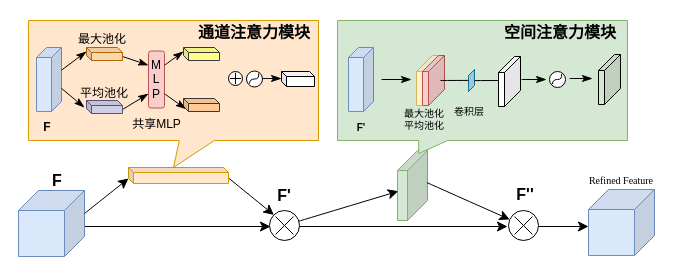
DingDongZz/typera_PicGO keeps this draw.io diagram as DrawIO_file/流程图/CBAM注意力机制.drawio. Above is the earlier version. Source tidied: cells renumbered, new cells numbered last; positions are measured from the earlier drawing's top-left corner, leaving out a move shared by most shapes. Both pictures are drawn from the tidied source at 100%, with x=0, y=0 at pixel (17, 17).
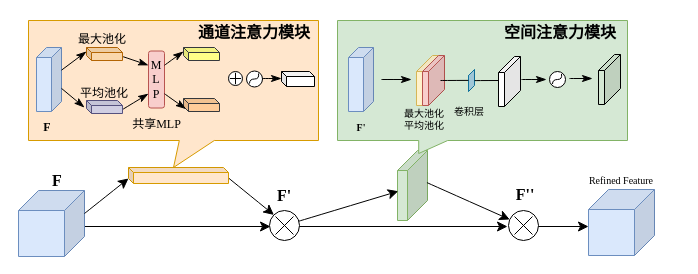
The same diagram, later.

Commit message (it also covers changes not shown here):
更新CBAM注意力机制.drawio

Diff of the diagram source:
```diff
@@
-    <mxCell id="23" value="M&lt;div&gt;L&lt;/div&gt;&lt;div&gt;P&lt;/div&gt;" style="rounded=1;whiteSpace=wrap;html=1;fontFamily=宋体;labelBackgroundColor=none;fillColor=#f8cecc;strokeColor=#b85450;" parent="1" vertex="1">
+    <mxCell id="23" value="&lt;font face=&quot;Times New Roman&quot;&gt;M&lt;/font&gt;&lt;div&gt;&lt;font face=&quot;Times New Roman&quot;&gt;L&lt;/font&gt;&lt;/div&gt;&lt;div&gt;&lt;font face=&quot;Times New Roman&quot;&gt;P&lt;/font&gt;&lt;/div&gt;" style="rounded=1;whiteSpace=wrap;html=1;fontFamily=宋体;labelBackgroundColor=none;fillColor=#f8cecc;strokeColor=#b85450;" parent="1" vertex="1">
       <mxGeometry x="131" y="33.5" width="16" height="57" as="geometry" />
     </mxCell>
@@
-    <mxCell id="47" value="&lt;span style=&quot;font-weight: normal;&quot;&gt;&lt;font&gt;共享MLP&lt;/font&gt;&lt;/span&gt;" style="text;strokeColor=none;fillColor=none;html=1;fontSize=12;fontStyle=1;verticalAlign=middle;align=center;fontFamily=宋体;fontColor=default;labelBackgroundColor=none;" parent="1" vertex="1">
+    <mxCell id="47" value="&lt;span style=&quot;font-weight: normal;&quot;&gt;&lt;font&gt;共享&lt;font face=&quot;Times New Roman&quot;&gt;MLP&lt;/font&gt;&lt;/font&gt;&lt;/span&gt;" style="text;strokeColor=none;fillColor=none;html=1;fontSize=12;fontStyle=1;verticalAlign=middle;align=center;fontFamily=宋体;fontColor=default;labelBackgroundColor=none;" parent="1" vertex="1">
       <mxGeometry x="89" y="87" width="100" height="40" as="geometry" />
     </mxCell>
-    <mxCell id="48" value="F" style="text;html=1;align=center;verticalAlign=middle;whiteSpace=wrap;rounded=0;fontFamily=宋体;fontSize=12;fontColor=default;labelBackgroundColor=none;fontStyle=1;" parent="1" vertex="1">
+    <mxCell id="48" value="F" style="text;html=1;align=center;verticalAlign=middle;whiteSpace=wrap;rounded=0;fontFamily=Times New Roman;fontSize=12;fontColor=default;labelBackgroundColor=none;fontStyle=1;" parent="1" vertex="1">
       <mxGeometry y="95" width="60" height="30" as="geometry" />
     </mxCell>
-    <mxCell id="49" value="&lt;span style=&quot;font-size: 10px;&quot;&gt;F'&lt;/span&gt;" style="text;html=1;align=center;verticalAlign=middle;whiteSpace=wrap;rounded=0;fontFamily=宋体;fontSize=12;fontColor=default;labelBackgroundColor=none;fontStyle=1;" parent="1" vertex="1">
+    <mxCell id="49" value="&lt;span style=&quot;font-size: 10px;&quot;&gt;F'&lt;/span&gt;" style="text;html=1;align=center;verticalAlign=middle;whiteSpace=wrap;rounded=0;fontFamily=Times New Roman;fontSize=12;fontColor=default;labelBackgroundColor=none;fontStyle=1;" parent="1" vertex="1">
       <mxGeometry x="313.5" y="95" width="60" height="30" as="geometry" />
     </mxCell>
@@
-    <mxCell id="54" value="F" style="text;html=1;align=center;verticalAlign=middle;whiteSpace=wrap;rounded=0;fontFamily=宋体;fontSize=16;fontColor=default;labelBackgroundColor=none;fontStyle=1;" parent="1" vertex="1">
+    <mxCell id="54" value="F" style="text;html=1;align=center;verticalAlign=middle;whiteSpace=wrap;rounded=0;fontFamily=Times New Roman;fontSize=16;fontColor=default;labelBackgroundColor=none;fontStyle=1;" parent="1" vertex="1">
       <mxGeometry x="10" y="148" width="60" height="30" as="geometry" />
     </mxCell>
-    <mxCell id="55" value="&lt;span&gt;F'&lt;/span&gt;" style="text;html=1;align=center;verticalAlign=middle;whiteSpace=wrap;rounded=0;fontFamily=宋体;fontSize=16;fontColor=default;labelBackgroundColor=none;fontStyle=1;" parent="1" vertex="1">
+    <mxCell id="55" value="&lt;span&gt;F'&lt;/span&gt;" style="text;html=1;align=center;verticalAlign=middle;whiteSpace=wrap;rounded=0;fontFamily=Times New Roman;fontSize=16;fontColor=default;labelBackgroundColor=none;fontStyle=1;" parent="1" vertex="1">
       <mxGeometry x="237" y="163" width="60" height="30" as="geometry" />
     </mxCell>
-    <mxCell id="56" value="&lt;span&gt;F''&lt;/span&gt;" style="text;html=1;align=center;verticalAlign=middle;whiteSpace=wrap;rounded=0;fontFamily=宋体;fontSize=16;fontColor=default;labelBackgroundColor=none;fontStyle=1;" parent="1" vertex="1">
+    <mxCell id="56" value="&lt;span&gt;F''&lt;/span&gt;" style="text;html=1;align=center;verticalAlign=middle;whiteSpace=wrap;rounded=0;fontFamily=Times New Roman;fontSize=16;fontColor=default;labelBackgroundColor=none;fontStyle=1;" parent="1" vertex="1">
       <mxGeometry x="478" y="162" width="60" height="30" as="geometry" />
     </mxCell>
```
